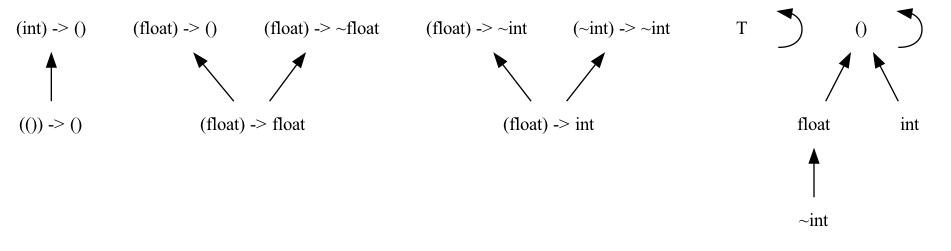
Earlier version of the Graphviz export dots/png/15.dot.png (chocobo333/regino). Its source is kept beside it as dots/15.dot.
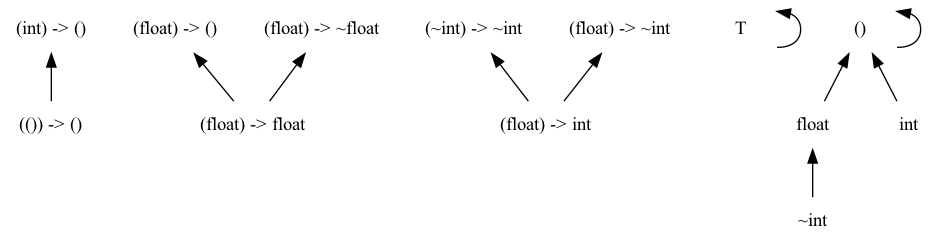
Above is the later version.

Change to the diagram source:
```diff
@@ -11,8 +11,8 @@
   "(()) -> ()"
   "(float) -> ()"
   "(int) -> ()"
+  "(~int) -> ~int"
   "(float) -> ~int"
-  "(~int) -> ~int"
   "(float) -> ~float"
   "T"
   "()"
@@ -21,7 +21,7 @@
   "~int"
   "(float) -> int"
   "(float) -> float"
-  "(~int) -> ~int" -> "(float) -> int"
+  "(float) -> ~int" -> "(float) -> int"
   "(float) -> ~float" -> "(float) -> float"
   "(float) -> ()" -> "(float) -> float"
   "T" -> "T"
@@ -30,5 +30,5 @@
   "()" -> "float"
   "()" -> "int"
   "(int) -> ()" -> "(()) -> ()"
-  "(float) -> ~int" -> "(float) -> int"
+  "(~int) -> ~int" -> "(float) -> int"
 }
```
